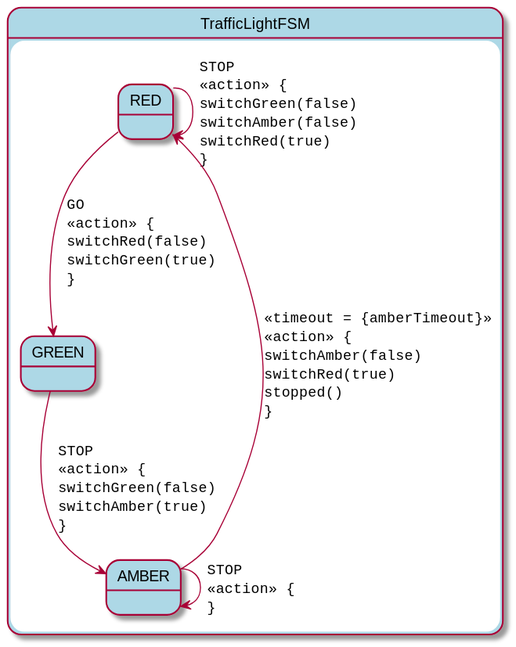
Earlier version of the PlantUML export traffic-light.svg (open-jumpco/kfsm-android-compose-traffic).
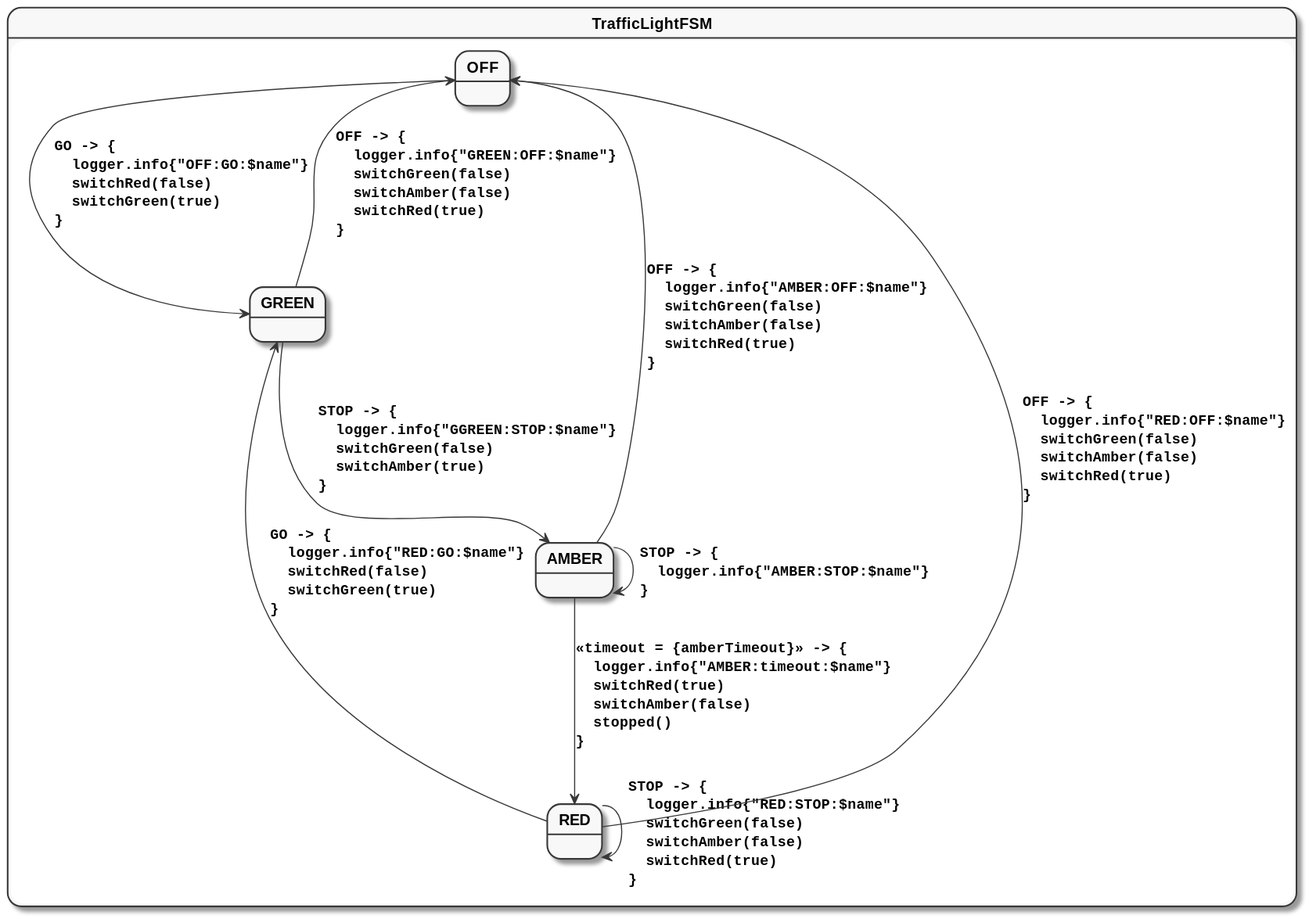
The same diagram one commit later.

Commit message:
updated to kfsm-viz-plugin-1.5.2.1 monochrome styling

The edit, as a diff of the source:
```diff
@@ -1,14 +1,21 @@
 @startuml
+skinparam monochrome true
 skinparam StateFontName Helvetica
 skinparam defaultFontName Monospaced
+skinparam defaultFontStyle Bold
 skinparam state {
-    BackgroundColor LightBlue
+    FontColor Black
+    FontStyle Bold
 }
 state TrafficLightFSM {
-RED --> GREEN : GO\l<<action>> {\lswitchRed(false)\lswitchGreen(true)\l}
-RED --> RED : STOP\l<<action>> {\lswitchGreen(false)\lswitchAmber(false)\lswitchRed(true)\l}
-AMBER --> RED : <<timeout = {amberTimeout}>>\l<<action>> {\lswitchAmber(false)\lswitchRed(true)\lstopped()\l}
-AMBER --> AMBER : STOP\l<<action>> {\l}
-GREEN --> AMBER : STOP\l<<action>> {\lswitchGreen(false)\lswitchAmber(true)\l}
+OFF --> GREEN : GO -> {\l  logger.info{"OFF:GO:$name"}\l  switchRed(false)\l  switchGreen(true)\l}
+RED --> GREEN : GO -> {\l  logger.info{"RED:GO:$name"}\l  switchRed(false)\l  switchGreen(true)\l}
+RED --> RED : STOP -> {\l  logger.info{"RED:STOP:$name"}\l  switchGreen(false)\l  switchAmber(false)\l  switchRed(true)\l}
+RED --> OFF : OFF -> {\l  logger.info{"RED:OFF:$name"}\l  switchGreen(false)\l  switchAmber(false)\l  switchRed(true)\l}
+AMBER --> RED : <<timeout = {amberTimeout}>> -> {\l  logger.info{"AMBER:timeout:$name"}\l  switchRed(true)\l  switchAmber(false)\l  stopped()\l}
+AMBER --> AMBER : STOP -> {\l  logger.info{"AMBER:STOP:$name"}\l}
+AMBER --> OFF : OFF -> {\l  logger.info{"AMBER:OFF:$name"}\l  switchGreen(false)\l  switchAmber(false)\l  switchRed(true)\l}
+GREEN --> AMBER : STOP -> {\l  logger.info{"GGREEN:STOP:$name"}\l  switchGreen(false)\l  switchAmber(true)\l}
+GREEN --> OFF : OFF -> {\l  logger.info{"GREEN:OFF:$name"}\l  switchGreen(false)\l  switchAmber(false)\l  switchRed(true)\l}
 }
 @enduml
```
